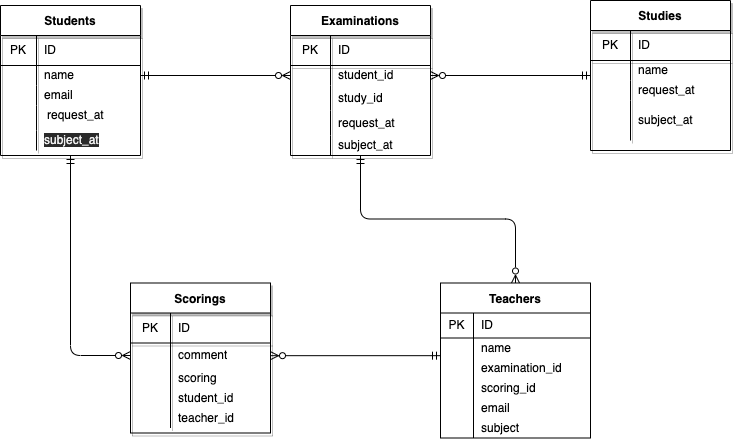
The draw.io diagram index.drawio.png in yuya1228/Database, before a commit. Source tidied: cells renumbered, new cells last; positions are measured from the earlier drawing's top-left corner, leaving out a move shared by most shapes.
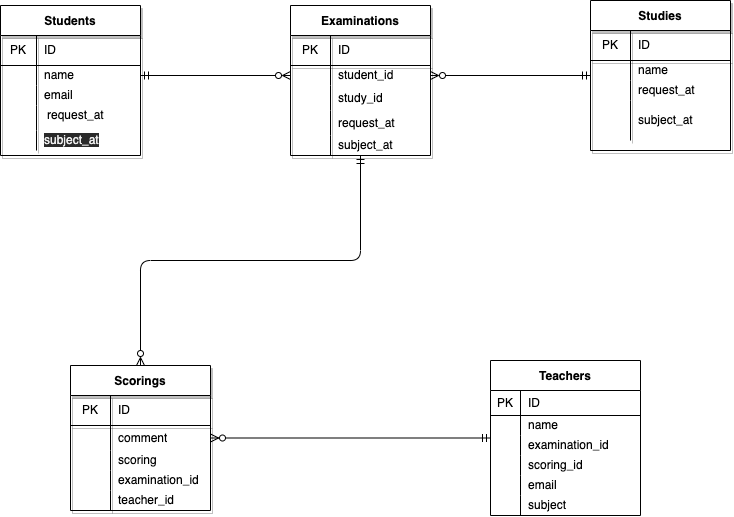
After the commit.

Commit message:
データベース設計演習問題

Change to the diagram source:
```diff
@@ -2,69 +2,66 @@
   <root>
     <mxCell id="0" />
     <mxCell id="1" parent="0" />
-    <mxCell id="2" style="edgeStyle=elbowEdgeStyle;elbow=vertical;html=1;entryX=1;entryY=0.5;entryDx=0;entryDy=0;startArrow=ERmandOne;startFill=0;endArrow=ERzeroToMany;endFill=0;" parent="1" edge="1" source="3" target="75">
+    <mxCell id="2" style="edgeStyle=none;html=1;entryX=1;entryY=0.5;entryDx=0;entryDy=0;startArrow=ERmandOne;startFill=0;endArrow=ERzeroToMany;endFill=0;" parent="1" edge="1" source="3" target="75">
       <mxGeometry relative="1" as="geometry" />
     </mxCell>
     <mxCell id="3" value="Teachers" style="shape=table;startSize=30;rowLines=0;fontStyle=1;align=center;" parent="1" vertex="1">
-      <mxGeometry x="440" y="282.5" width="150" height="155" as="geometry" />
+      <mxGeometry x="490" y="360" width="150" height="155" as="geometry" />
     </mxCell>
     <mxCell id="4" style="shape=partialRectangle;html=1;whiteSpace=wrap;fillColor=none;top=0;left=0;bottom=1;right=0;" parent="3" vertex="1">
       <mxGeometry y="30" width="150" height="25" as="geometry" />
     </mxCell>
     <mxCell id="5" value="PK" style="shape=partialRectangle;html=1;whiteSpace=wrap;fillColor=none;top=0;left=0;bottom=0;right=0;overflow=hidden;" parent="4" vertex="1">
-      <mxGeometry width="33" height="25" as="geometry" />
+      <mxGeometry width="30" height="25" as="geometry" />
     </mxCell>
     <mxCell id="6" value="ID" style="shape=partialRectangle;html=1;whiteSpace=wrap;fillColor=none;top=0;left=0;bottom=0;right=0;align=left;spacingLeft=6;overflow=hidden;" parent="4" vertex="1">
-      <mxGeometry x="33" width="117" height="25" as="geometry" />
+      <mxGeometry x="30" width="120" height="25" as="geometry" />
     </mxCell>
     <mxCell id="7" style="shape=partialRectangle;html=1;whiteSpace=wrap;fillColor=none;top=0;left=0;bottom=0;right=0;" parent="3" vertex="1">
       <mxGeometry y="55" width="150" height="20" as="geometry" />
     </mxCell>
     <mxCell id="8" style="shape=partialRectangle;html=1;whiteSpace=wrap;fillColor=none;top=0;left=0;bottom=0;right=0;overflow=hidden;" parent="7" vertex="1">
-      <mxGeometry width="33" height="20" as="geometry" />
+      <mxGeometry width="30" height="20" as="geometry" />
     </mxCell>
     <mxCell id="9" value="name" style="shape=partialRectangle;html=1;whiteSpace=wrap;fillColor=none;top=0;left=0;bottom=0;right=0;align=left;spacingLeft=6;overflow=hidden;" parent="7" vertex="1">
-      <mxGeometry x="33" width="117" height="20" as="geometry" />
+      <mxGeometry x="30" width="120" height="20" as="geometry" />
     </mxCell>
     <mxCell id="10" style="shape=partialRectangle;html=1;whiteSpace=wrap;fillColor=none;top=0;left=0;bottom=0;right=0;" parent="3" vertex="1">
       <mxGeometry y="75" width="150" height="20" as="geometry" />
     </mxCell>
     <mxCell id="11" style="shape=partialRectangle;html=1;whiteSpace=wrap;fillColor=none;top=0;left=0;bottom=0;right=0;overflow=hidden;" parent="10" vertex="1">
-      <mxGeometry width="33" height="20" as="geometry" />
+      <mxGeometry width="30" height="20" as="geometry" />
     </mxCell>
     <mxCell id="12" value="examination_id" style="shape=partialRectangle;html=1;whiteSpace=wrap;fillColor=none;top=0;left=0;bottom=0;right=0;align=left;spacingLeft=6;overflow=hidden;" parent="10" vertex="1">
-      <mxGeometry x="33" width="117" height="20" as="geometry" />
+      <mxGeometry x="30" width="120" height="20" as="geometry" />
     </mxCell>
     <mxCell id="13" style="shape=partialRectangle;html=1;whiteSpace=wrap;fillColor=none;top=0;left=0;bottom=0;right=0;" parent="3" vertex="1">
       <mxGeometry y="95" width="150" height="20" as="geometry" />
     </mxCell>
     <mxCell id="14" style="shape=partialRectangle;html=1;whiteSpace=wrap;fillColor=none;top=0;left=0;bottom=0;right=0;overflow=hidden;" parent="13" vertex="1">
-      <mxGeometry width="33" height="20" as="geometry" />
+      <mxGeometry width="30" height="20" as="geometry" />
     </mxCell>
     <mxCell id="15" value="scoring_id" style="shape=partialRectangle;html=1;whiteSpace=wrap;fillColor=none;top=0;left=0;bottom=0;right=0;align=left;spacingLeft=6;overflow=hidden;" parent="13" vertex="1">
-      <mxGeometry x="33" width="117" height="20" as="geometry" />
+      <mxGeometry x="30" width="120" height="20" as="geometry" />
     </mxCell>
     <mxCell id="16" style="shape=partialRectangle;html=1;whiteSpace=wrap;fillColor=none;top=0;left=0;bottom=0;right=0;" parent="3" vertex="1">
       <mxGeometry y="115" width="150" height="20" as="geometry" />
     </mxCell>
     <mxCell id="17" style="shape=partialRectangle;html=1;whiteSpace=wrap;fillColor=none;top=0;left=0;bottom=0;right=0;overflow=hidden;" parent="16" vertex="1">
-      <mxGeometry width="33" height="20" as="geometry" />
+      <mxGeometry width="30" height="20" as="geometry" />
     </mxCell>
     <mxCell id="18" value="&lt;span&gt;email&lt;/span&gt;" style="shape=partialRectangle;html=1;whiteSpace=wrap;fillColor=none;top=0;left=0;bottom=0;right=0;align=left;spacingLeft=6;overflow=hidden;" parent="16" vertex="1">
-      <mxGeometry x="33" width="117" height="20" as="geometry" />
+      <mxGeometry x="30" width="120" height="20" as="geometry" />
     </mxCell>
     <mxCell id="19" style="shape=partialRectangle;html=1;whiteSpace=wrap;fillColor=none;top=0;left=0;bottom=0;right=0;" parent="3" vertex="1">
       <mxGeometry y="135" width="150" height="20" as="geometry" />
     </mxCell>
     <mxCell id="20" style="shape=partialRectangle;html=1;whiteSpace=wrap;fillColor=none;top=0;left=0;bottom=0;right=0;overflow=hidden;" parent="19" vertex="1">
-      <mxGeometry width="33" height="20" as="geometry" />
+      <mxGeometry width="30" height="20" as="geometry" />
     </mxCell>
     <mxCell id="21" value="&lt;span&gt;subject&lt;/span&gt;" style="shape=partialRectangle;html=1;whiteSpace=wrap;fillColor=none;top=0;left=0;bottom=0;right=0;align=left;spacingLeft=6;overflow=hidden;" parent="19" vertex="1">
-      <mxGeometry x="33" width="117" height="20" as="geometry" />
+      <mxGeometry x="30" width="120" height="20" as="geometry" />
     </mxCell>
-    <mxCell id="22" style="edgeStyle=orthogonalEdgeStyle;html=1;entryX=0;entryY=0.5;entryDx=0;entryDy=0;startArrow=ERmandOne;startFill=0;endArrow=ERzeroToMany;endFill=0;" parent="1" edge="1" source="23" target="75">
-      <mxGeometry relative="1" as="geometry" />
-    </mxCell>
     <mxCell id="23" value="Students" style="shape=table;startSize=30;rowLines=0;fontStyle=1;align=center;shadow=1;" parent="1" vertex="1">
       <mxGeometry y="5" width="140" height="150" as="geometry" />
     </mxCell>
@@ -158,9 +155,9 @@
     <mxCell id="53" value="request_at" style="shape=partialRectangle;html=1;whiteSpace=wrap;fillColor=none;top=0;left=0;bottom=0;right=0;align=left;spacingLeft=6;overflow=hidden;" parent="1" vertex="1">
       <mxGeometry x="39" y="105" width="111" height="20" as="geometry" />
     </mxCell>
-    <mxCell id="54" style="edgeStyle=elbowEdgeStyle;elbow=vertical;html=1;startArrow=ERmandOne;startFill=0;endArrow=ERzeroToMany;endFill=0;" parent="1" edge="1" source="55" target="3">
-      <mxGeometry relative="1" as="geometry" />
-    </mxCell>
+    <mxCell id="88" style="edgeStyle=elbowEdgeStyle;elbow=vertical;html=1;startArrow=ERmandOne;startFill=0;endArrow=ERzeroToMany;endFill=0;" parent="1" edge="1" source="55" target="71">
+      <mxGeometry relative="1" as="geometry" />
+    </mxCell>
     <mxCell id="55" value="Examinations" style="shape=table;startSize=30;rowLines=0;fontStyle=1;align=center;shadow=1;" parent="1" vertex="1">
       <mxGeometry x="290" y="5" width="140" height="150" as="geometry" />
     </mxCell>
@@ -210,7 +207,7 @@
       <mxGeometry x="40" width="100" height="20" as="geometry" />
     </mxCell>
     <mxCell id="71" value="Scorings" style="shape=table;startSize=30;rowLines=0;fontStyle=1;align=center;shadow=1;" parent="1" vertex="1">
-      <mxGeometry x="130" y="282.5" width="140" height="150" as="geometry" />
+      <mxGeometry x="70" y="365" width="140" height="145" as="geometry" />
     </mxCell>
     <mxCell id="72" style="shape=partialRectangle;html=1;whiteSpace=wrap;fillColor=none;top=0;left=0;bottom=1;right=0;shadow=1;" parent="71" vertex="1">
       <mxGeometry y="30" width="140" height="30" as="geometry" />
@@ -245,7 +242,7 @@
     <mxCell id="82" style="shape=partialRectangle;html=1;whiteSpace=wrap;fillColor=none;top=0;left=0;bottom=0;right=0;overflow=hidden;shadow=1;" parent="81" vertex="1">
       <mxGeometry width="40" height="20" as="geometry" />
     </mxCell>
-    <mxCell id="83" value="student_id" style="shape=partialRectangle;html=1;whiteSpace=wrap;fillColor=none;top=0;left=0;bottom=0;right=0;align=left;spacingLeft=6;overflow=hidden;shadow=1;" parent="81" vertex="1">
+    <mxCell id="83" value="examination_id" style="shape=partialRectangle;html=1;whiteSpace=wrap;fillColor=none;top=0;left=0;bottom=0;right=0;align=left;spacingLeft=6;overflow=hidden;shadow=1;" parent="81" vertex="1">
       <mxGeometry x="40" width="100" height="20" as="geometry" />
     </mxCell>
     <mxCell id="84" style="shape=partialRectangle;html=1;whiteSpace=wrap;fillColor=none;top=0;left=0;bottom=0;right=0;shadow=1;" parent="71" vertex="1">
```
